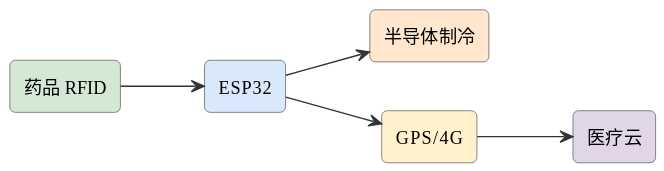
Earlier version of the PlantUML export assets/diagrams/ideas-fig54.svg (mingyi0818/IntelligentMcuCourse).
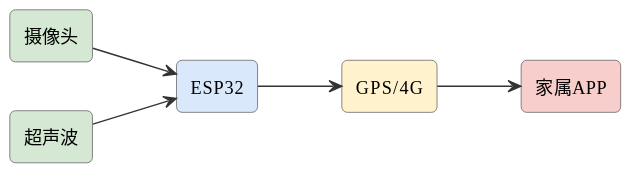
Later version of the same file.

What changed in the source:
```diff
@@ -6,13 +6,13 @@
 skinparam arrowFontSize 11
 skinparam arrowColor #333
 left to right direction
-rectangle "药品 RFID" as rfid #d5e8d4
+rectangle "摄像头" as cam #d5e8d4
+rectangle "超声波" as ult #d5e8d4
 rectangle "ESP32" as esp #dae8fc
-rectangle "半导体制冷" as cool #ffe6cc
 rectangle "GPS/4G" as gps #fff2cc
-rectangle "医疗云" as cloud #e1d5e8
-rfid --> esp
-esp --> cool
+rectangle "家属APP" as app #f8cecc
+cam --> esp
+ult --> esp
 esp --> gps
-gps --> cloud
+gps --> app
 @enduml
```
